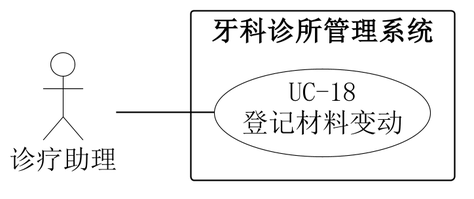
Shawmc-creator/systemAnalyseAndDesign keeps this PlantUML diagram as 01-需求文档/diagrams/07-18-system-use-case.png. Above is the earlier version.
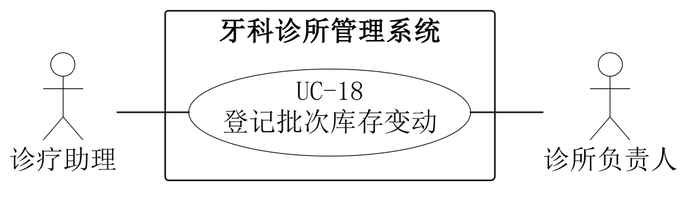
Later version of the same file.

What changed in the source:
```diff
@@ -5,8 +5,8 @@
 skinparam defaultFontSize 18
 skinparam dpi 220
 skinparam ArrowColor black
-skinparam nodesep 24
-skinparam ranksep 65
+skinparam nodesep 22
+skinparam ranksep 48
 skinparam actor {
  BorderColor black
  BackgroundColor white
@@ -21,9 +21,11 @@
 }
 left to right direction
 actor "诊疗助理" as A0
+actor "诊所负责人" as A1
 rectangle "牙科诊所管理系统" {
- usecase "UC-18\n登记材料变动" as U
+ usecase "UC-18\n登记批次库存变动" as U
 }
 A0 -- U
+U -- A1
 
 @enduml
```
